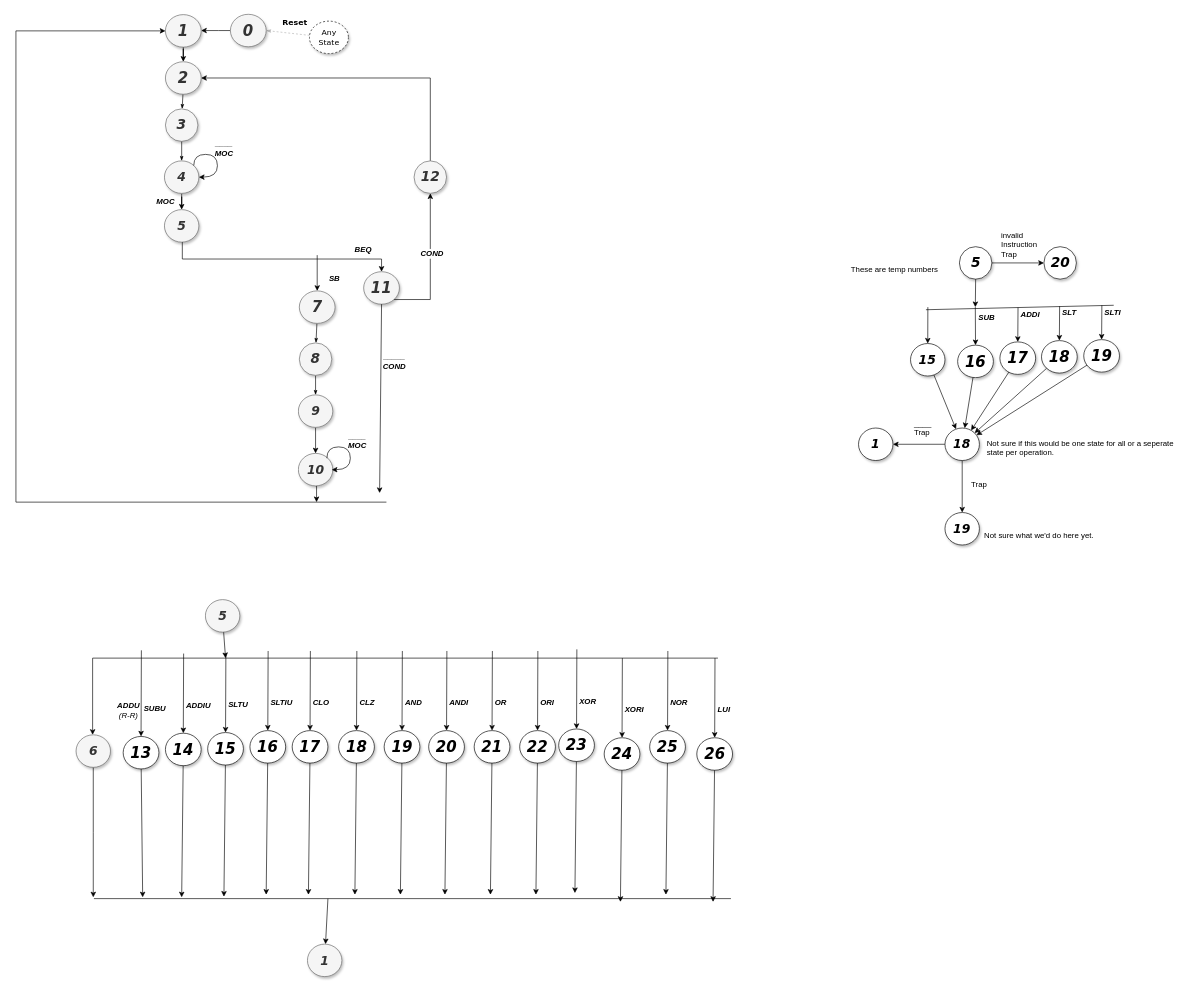
Above: CPU_State_Diag.drawio in TheParodicts/MIPS_CPU_Diagram (draw.io), before the change. Source tidied: cells renumbered, new cells numbered last; positions are measured from the earlier drawing's top-left corner, leaving out a move shared by most shapes. Both pictures are drawn from the tidied source at 65%, with x=0, y=0 at pixel (16, 14).
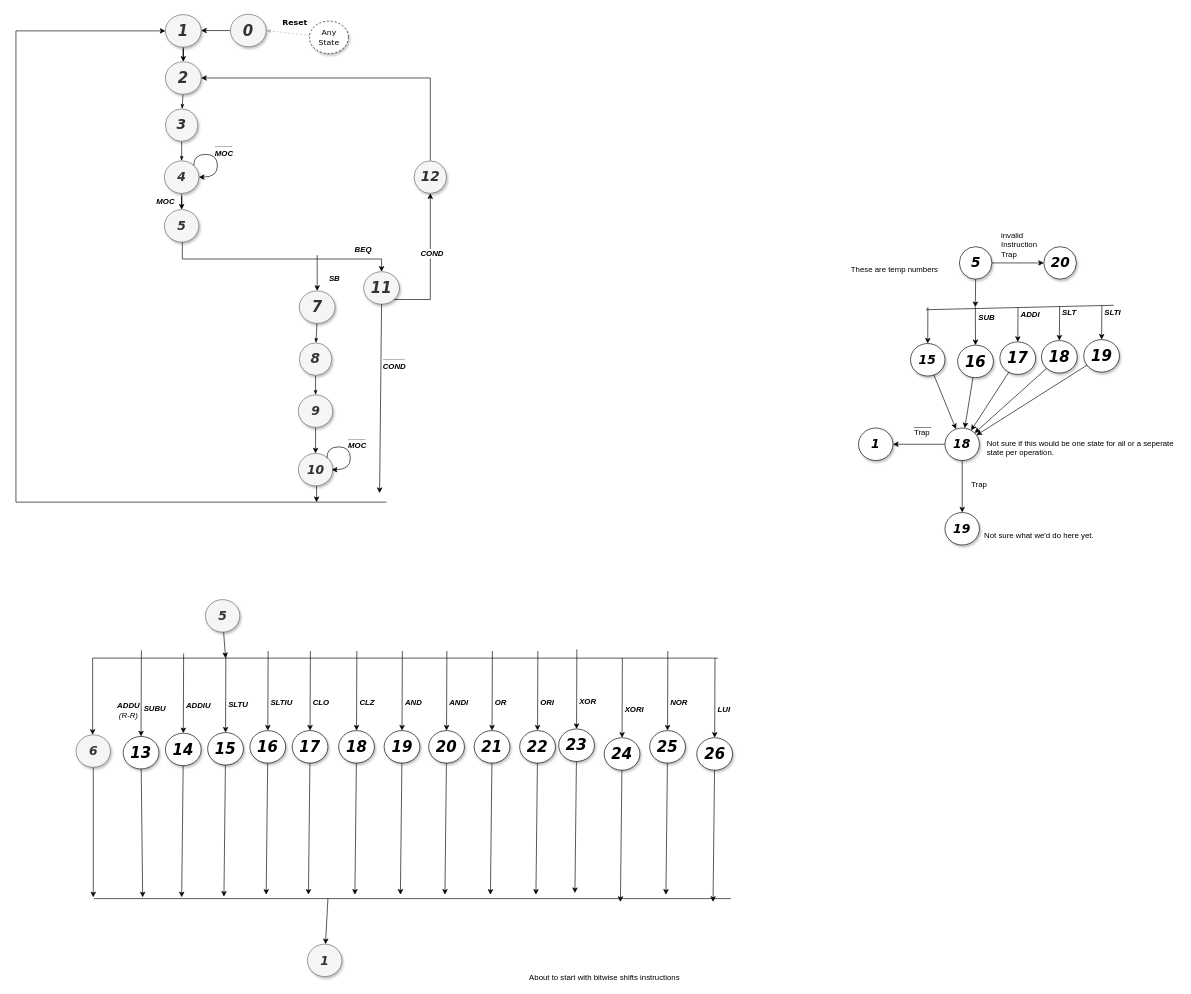
The same diagram, later.

Commit message:
About to start with bitwise shifts instructions

Diff of the diagram source:
```diff
@@
+    <mxCell id="140" value="About to start with bitwise shifts instructions" style="text;html=1;align=left;verticalAlign=top;spacingTop=-4;" parent="1" vertex="1">
+      <mxGeometry x="788" y="1471" width="250" height="20" as="geometry" />
+    </mxCell>
```
